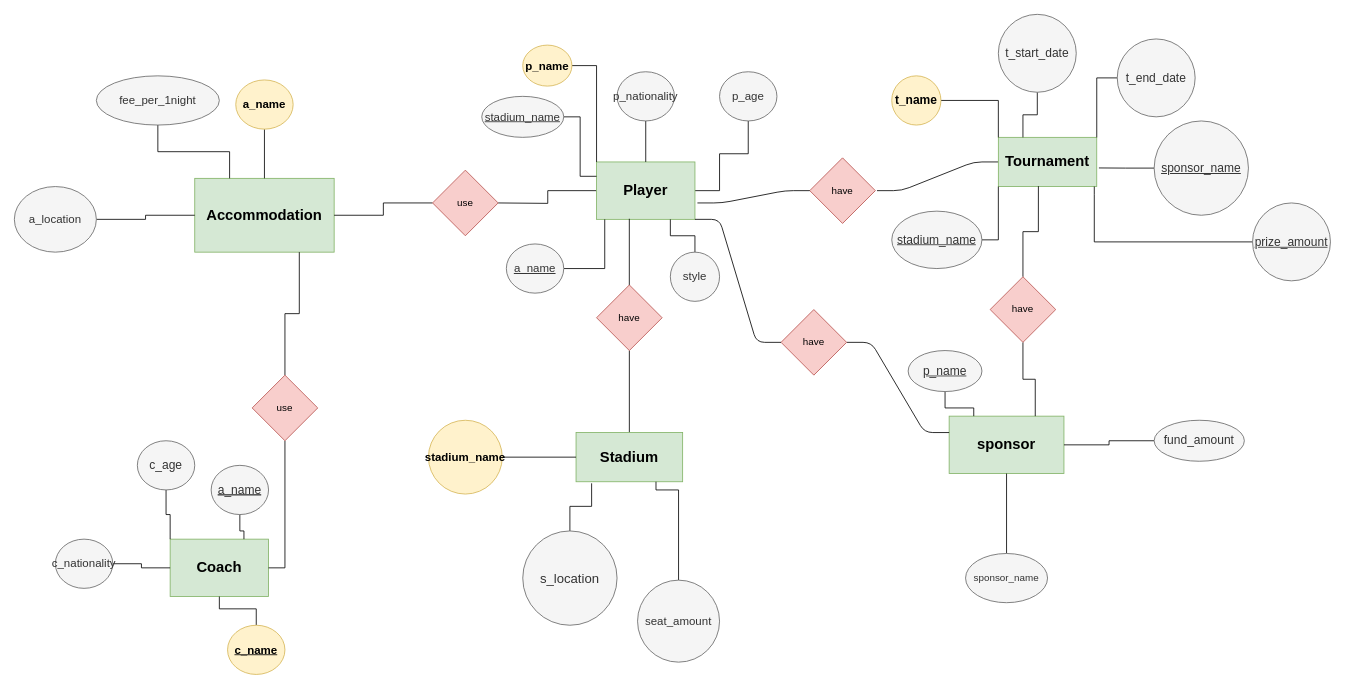
The draw.io diagram A3_individual_sport.drawio in hansangyeob/DB-mysql-, before the edit. Source tidied: cells renumbered, new cells numbered last; positions are measured from the earlier drawing's top-left corner, leaving out a move shared by most shapes. Both pictures are drawn from the tidied source at 82%, with x=0, y=0 at pixel (14, 14).
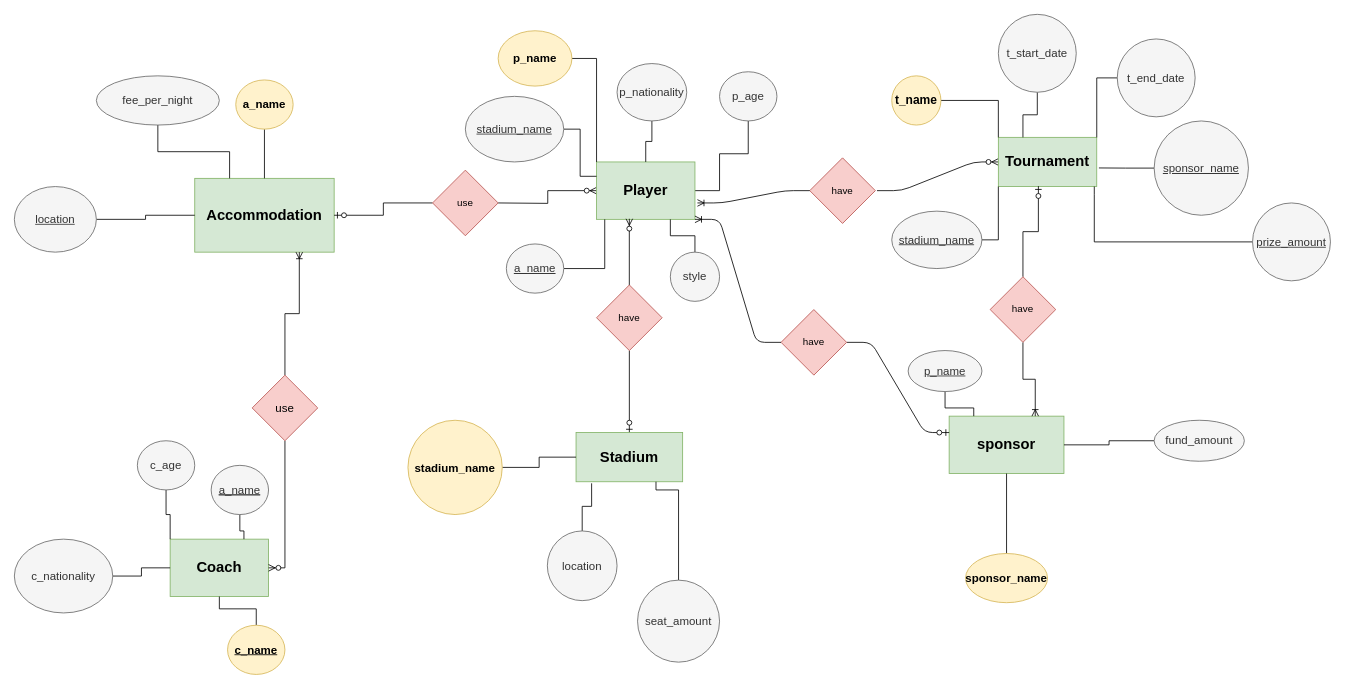
Above is the later version.

Unchanged cells that the change refers to:
```xml
<mxCell id="4" value="Player" style="rounded=0;whiteSpace=wrap;html=1;fillColor=#d5e8d4;strokeColor=#82b366;fontStyle=1;fontSize=18;" parent="1" vertex="1">
  <mxGeometry x="710" y="180" width="120" height="70" as="geometry" />
</mxCell>
<mxCell id="13" value="Tournament" style="rounded=0;whiteSpace=wrap;html=1;fillColor=#d5e8d4;strokeColor=#82b366;fontStyle=1;fontSize=18;" parent="1" vertex="1">
  <mxGeometry x="1200" y="150" width="120" height="60" as="geometry" />
</mxCell>
<mxCell id="21" value="Stadium&lt;br&gt;" style="rounded=0;whiteSpace=wrap;html=1;fillColor=#d5e8d4;strokeColor=#82b366;fontStyle=1;fontSize=18;" parent="1" vertex="1">
  <mxGeometry x="685" y="510" width="130" height="60" as="geometry" />
</mxCell>
<mxCell id="28" value="sponsor&lt;br&gt;" style="rounded=0;whiteSpace=wrap;html=1;fillColor=#d5e8d4;strokeColor=#82b366;fontStyle=1;fontSize=18;" parent="1" vertex="1">
  <mxGeometry x="1140" y="490" width="140" height="70" as="geometry" />
</mxCell>
<mxCell id="34" value="have&lt;br&gt;" style="rhombus;whiteSpace=wrap;html=1;fillColor=#f8cecc;strokeColor=#b85450;" parent="1" vertex="1">
  <mxGeometry x="935" y="360" width="80" height="80" as="geometry" />
</mxCell>
<mxCell id="36" value="have&lt;br&gt;" style="rhombus;whiteSpace=wrap;html=1;fillColor=#f8cecc;strokeColor=#b85450;" parent="1" vertex="1">
  <mxGeometry x="970" y="175" width="80" height="80" as="geometry" />
</mxCell>
<mxCell id="41" value="have" style="rhombus;whiteSpace=wrap;html=1;fillColor=#f8cecc;strokeColor=#b85450;" parent="1" vertex="1">
  <mxGeometry x="710" y="330" width="80" height="80" as="geometry" />
</mxCell>
<mxCell id="52" value="Accommodation&lt;br&gt;" style="rounded=0;whiteSpace=wrap;html=1;fillColor=#d5e8d4;strokeColor=#82b366;fontStyle=1;fontSize=18;" parent="1" vertex="1">
  <mxGeometry x="220" y="200" width="170" height="90" as="geometry" />
</mxCell>
<mxCell id="59" value="Coach" style="rounded=0;whiteSpace=wrap;html=1;fillColor=#d5e8d4;strokeColor=#82b366;fontStyle=1;fontSize=18;" parent="1" vertex="1">
  <mxGeometry x="190" y="640" width="120" height="70" as="geometry" />
</mxCell>
<mxCell id="71" value="use" style="rhombus;whiteSpace=wrap;html=1;fillColor=#f8cecc;strokeColor=#b85450;" parent="1" vertex="1">
  <mxGeometry x="510" y="190" width="80" height="80" as="geometry" />
</mxCell>
<mxCell id="74" value="have&lt;br&gt;" style="rhombus;whiteSpace=wrap;html=1;fillColor=#f8cecc;strokeColor=#b85450;" parent="1" vertex="1">
  <mxGeometry x="1190" y="320" width="80" height="80" as="geometry" />
</mxCell>
```

Change to the diagram source:
```diff
@@
-    <mxCell id="3" style="edgeStyle=orthogonalEdgeStyle;rounded=0;jettySize=auto;html=1;startArrow=none;startFill=0;endArrow=none;endFill=0;" parent="1" edge="1" source="4">
+    <mxCell id="3" style="edgeStyle=orthogonalEdgeStyle;rounded=0;jettySize=auto;html=1;startArrow=ERzeroToMany;startFill=1;endArrow=none;endFill=0;" parent="1" edge="1" source="4">
       <mxGeometry relative="1" as="geometry">
         <mxPoint x="590" y="230" as="targetPoint" />
       </mxGeometry>
     </mxCell>
@@
     <mxCell id="7" value="p_nationality&lt;br style=&quot;font-size: 14px;&quot;&gt;" style="ellipse;whiteSpace=wrap;html=1;fillColor=#f5f5f5;strokeColor=#666666;fontColor=#333333;fontSize=14;" parent="1" vertex="1">
-      <mxGeometry x="735" y="70" width="70" height="60" as="geometry" />
+      <mxGeometry x="735" y="60" width="85" height="70" as="geometry" />
     </mxCell>
@@
     <mxCell id="9" value="&lt;font style=&quot;font-size: 14px&quot;&gt;p_name&lt;/font&gt;" style="ellipse;whiteSpace=wrap;html=1;fillColor=#fff2cc;strokeColor=#d6b656;fontStyle=1;fontSize=14;" parent="1" vertex="1">
-      <mxGeometry x="620" y="37.5" width="60" height="50" as="geometry" />
+      <mxGeometry x="590" y="20" width="90" height="67.5" as="geometry" />
     </mxCell>
@@
-    <mxCell id="12" style="edgeStyle=entityRelationEdgeStyle;fontSize=12;html=1;endArrow=none;startArrow=none;endFill=0;startFill=0;" parent="1" edge="1">
+    <mxCell id="12" style="edgeStyle=entityRelationEdgeStyle;fontSize=12;html=1;endArrow=ERzeroToMany;startArrow=none;endFill=1;startFill=0;" parent="1" edge="1">
       <mxGeometry relative="1" as="geometry">
         <mxPoint x="1052" y="215" as="sourcePoint" />
         <mxPoint x="1200" y="180" as="targetPoint" />
       </mxGeometry>
     </mxCell>
@@
-    <mxCell id="17" value="&lt;u&gt;&lt;span style=&quot;font-size: 11.0pt ; line-height: 107% ; font-family: &amp;#34;맑은 고딕&amp;#34;&quot;&gt;stadium_name&lt;/span&gt;&lt;/u&gt;" style="ellipse;whiteSpace=wrap;html=1;fillColor=#f5f5f5;strokeColor=#666666;fontColor=#333333;" parent="1" vertex="1">
+    <mxCell id="17" value="&lt;u style=&quot;font-size: 14px;&quot;&gt;&lt;span style=&quot;font-size: 14px; line-height: 107%; font-family: &amp;quot;맑은 고딕&amp;quot;;&quot;&gt;stadium_name&lt;/span&gt;&lt;/u&gt;" style="ellipse;whiteSpace=wrap;html=1;fillColor=#f5f5f5;strokeColor=#666666;fontColor=#333333;fontSize=14;" parent="1" vertex="1">
       <mxGeometry x="1070" y="240" width="110" height="70" as="geometry" />
     </mxCell>
@@
-    <mxCell id="19" value="&lt;span style=&quot;font-size: 11.0pt ; line-height: 107% ; font-family: &amp;#34;맑은 고딕&amp;#34;&quot;&gt;prize_amount&lt;/span&gt;" style="ellipse;whiteSpace=wrap;html=1;fillColor=#f5f5f5;strokeColor=#666666;fontColor=#333333;fontStyle=4;" parent="1" vertex="1">
+    <mxCell id="19" value="&lt;span style=&quot;font-size: 14px; line-height: 107%; font-family: &amp;quot;맑은 고딕&amp;quot;;&quot;&gt;prize_amount&lt;/span&gt;" style="ellipse;whiteSpace=wrap;html=1;fillColor=#f5f5f5;strokeColor=#666666;fontColor=#333333;fontStyle=4;fontSize=14;" parent="1" vertex="1">
       <mxGeometry x="1510" y="230" width="95" height="95" as="geometry" />
     </mxCell>
-    <mxCell id="20" style="edgeStyle=orthogonalEdgeStyle;rounded=0;jettySize=auto;html=1;entryX=0.5;entryY=1;entryDx=0;entryDy=0;startArrow=none;startFill=0;endArrow=none;endFill=0;" parent="1" edge="1" source="21" target="41">
+    <mxCell id="20" style="edgeStyle=orthogonalEdgeStyle;rounded=0;jettySize=auto;html=1;entryX=0.5;entryY=1;entryDx=0;entryDy=0;startArrow=ERzeroToOne;startFill=1;endArrow=none;endFill=0;" parent="1" edge="1" source="21" target="41">
       <mxGeometry relative="1" as="geometry" />
     </mxCell>
@@
     <mxCell id="23" value="stadium_name&lt;br style=&quot;font-size: 14px;&quot;&gt;" style="ellipse;whiteSpace=wrap;html=1;fillColor=#fff2cc;strokeColor=#d6b656;fontStyle=1;fontSize=14;" parent="1" vertex="1">
-      <mxGeometry x="505" y="495" width="90" height="90" as="geometry" />
+      <mxGeometry x="480" y="495" width="115" height="115" as="geometry" />
     </mxCell>
@@
-    <mxCell id="25" value="&lt;font style=&quot;font-size: 16px&quot;&gt;s_location&lt;/font&gt;" style="ellipse;whiteSpace=wrap;html=1;fillColor=#f5f5f5;strokeColor=#666666;fontColor=#333333;fontStyle=0;" parent="1" vertex="1">
-      <mxGeometry x="620" y="630" width="115" height="115" as="geometry" />
+    <mxCell id="25" value="&lt;font style=&quot;font-size: 14px&quot;&gt;location&lt;/font&gt;" style="ellipse;whiteSpace=wrap;html=1;fillColor=#f5f5f5;strokeColor=#666666;fontColor=#333333;fontStyle=0;fontSize=14;" parent="1" vertex="1">
+      <mxGeometry x="650" y="630" width="85" height="85" as="geometry" />
     </mxCell>
@@
-    <mxCell id="30" value="&lt;span style=&quot;font-size: 11.0pt ; line-height: 107% ; font-family: &amp;#34;맑은 고딕&amp;#34;&quot;&gt;fund_amount&lt;/span&gt;" style="ellipse;whiteSpace=wrap;html=1;fillColor=#f5f5f5;strokeColor=#666666;fontColor=#333333;fontStyle=0;" parent="1" vertex="1">
+    <mxCell id="30" value="&lt;span style=&quot;font-size: 14px; line-height: 107%; font-family: &amp;quot;맑은 고딕&amp;quot;;&quot;&gt;fund_amount&lt;/span&gt;" style="ellipse;whiteSpace=wrap;html=1;fillColor=#f5f5f5;strokeColor=#666666;fontColor=#333333;fontStyle=0;fontSize=14;" parent="1" vertex="1">
       <mxGeometry x="1390" y="495" width="110" height="50" as="geometry" />
     </mxCell>
@@
-    <mxCell id="32" value="sponsor_name&lt;br&gt;" style="ellipse;whiteSpace=wrap;html=1;fillColor=#f5f5f5;strokeColor=#666666;fontColor=#333333;" parent="1" vertex="1">
+    <mxCell id="32" value="sponsor_name&lt;br style=&quot;font-size: 14px;&quot;&gt;" style="ellipse;whiteSpace=wrap;html=1;fillColor=#fff2cc;strokeColor=#d6b656;fontSize=14;fontStyle=1;" parent="1" vertex="1">
       <mxGeometry x="1160" y="657.5" width="100" height="60" as="geometry" />
     </mxCell>
-    <mxCell id="33" style="edgeStyle=entityRelationEdgeStyle;fontSize=12;html=1;endArrow=none;endFill=0;startArrow=none;exitX=1;exitY=0.5;exitDx=0;exitDy=0;startFill=0;" parent="1" edge="1" source="34">
+    <mxCell id="33" style="edgeStyle=entityRelationEdgeStyle;fontSize=12;html=1;endArrow=ERzeroToOne;endFill=1;startArrow=none;exitX=1;exitY=0.5;exitDx=0;exitDy=0;startFill=0;" parent="1" edge="1" source="34">
       <mxGeometry relative="1" as="geometry">
         <mxPoint x="1140" y="510" as="targetPoint" />
       </mxGeometry>
     </mxCell>
@@
-    <mxCell id="35" style="edgeStyle=entityRelationEdgeStyle;fontSize=12;html=1;endArrow=none;endFill=0;startArrow=none;exitX=1;exitY=1;exitDx=0;exitDy=0;startFill=0;" parent="1" edge="1" source="4" target="34">
+    <mxCell id="35" style="edgeStyle=entityRelationEdgeStyle;fontSize=12;html=1;endArrow=none;endFill=0;startArrow=ERoneToMany;exitX=1;exitY=1;exitDx=0;exitDy=0;startFill=0;" parent="1" edge="1" source="4" target="34">
       <mxGeometry relative="1" as="geometry" />
     </mxCell>
@@
-    <mxCell id="37" style="edgeStyle=entityRelationEdgeStyle;fontSize=12;html=1;endArrow=none;startArrow=none;startFill=0;endFill=0;" parent="1" edge="1" target="36">
+    <mxCell id="37" style="edgeStyle=entityRelationEdgeStyle;fontSize=12;html=1;endArrow=none;startArrow=ERoneToMany;startFill=0;endFill=0;" parent="1" edge="1" target="36">
       <mxGeometry relative="1" as="geometry">
         <mxPoint x="833" y="230" as="sourcePoint" />
       </mxGeometry>
     </mxCell>
@@
-    <mxCell id="39" value="&lt;u&gt;&lt;span style=&quot;font-size: 11.0pt ; line-height: 107% ; font-family: &amp;#34;맑은 고딕&amp;#34;&quot;&gt;p_name&lt;/span&gt;&lt;/u&gt;" style="ellipse;whiteSpace=wrap;html=1;fontSize=12;fillColor=#f5f5f5;strokeColor=#666666;fontColor=#333333;" parent="1" vertex="1">
+    <mxCell id="39" value="&lt;u style=&quot;font-size: 14px;&quot;&gt;&lt;span style=&quot;font-size: 14px; line-height: 107%; font-family: &amp;quot;맑은 고딕&amp;quot;;&quot;&gt;p_name&lt;/span&gt;&lt;/u&gt;" style="ellipse;whiteSpace=wrap;html=1;fontSize=14;fillColor=#f5f5f5;strokeColor=#666666;fontColor=#333333;" parent="1" vertex="1">
       <mxGeometry x="1090" y="410" width="90" height="50" as="geometry" />
     </mxCell>
-    <mxCell id="40" style="edgeStyle=orthogonalEdgeStyle;rounded=0;jettySize=auto;html=1;entryX=0.333;entryY=0.99;entryDx=0;entryDy=0;entryPerimeter=0;endArrow=none;endFill=0;" parent="1" edge="1" source="41" target="4">
+    <mxCell id="40" style="edgeStyle=orthogonalEdgeStyle;rounded=0;jettySize=auto;html=1;entryX=0.333;entryY=0.99;entryDx=0;entryDy=0;entryPerimeter=0;endArrow=ERzeroToMany;endFill=1;" parent="1" edge="1" source="41" target="4">
       <mxGeometry relative="1" as="geometry" />
     </mxCell>
@@
     <mxCell id="43" value="&lt;u style=&quot;font-size: 14px;&quot;&gt;&lt;span style=&quot;font-size: 14px; line-height: 107%; font-family: &amp;quot;맑은 고딕&amp;quot;;&quot;&gt;stadium_name&lt;/span&gt;&lt;/u&gt;" style="ellipse;whiteSpace=wrap;html=1;fillColor=#f5f5f5;strokeColor=#666666;fontColor=#333333;fontSize=14;" parent="1" vertex="1">
-      <mxGeometry x="570" y="100" width="100" height="50" as="geometry" />
+      <mxGeometry x="550" y="100" width="120" height="80" as="geometry" />
     </mxCell>
@@
-    <mxCell id="47" value="&lt;u&gt;&lt;span style=&quot;font-size: 11.0pt ; line-height: 107% ; font-family: &amp;#34;맑은 고딕&amp;#34;&quot;&gt;sponsor_name&lt;/span&gt;&lt;/u&gt;" style="ellipse;whiteSpace=wrap;html=1;fillColor=#f5f5f5;strokeColor=#666666;fontColor=#333333;fontStyle=4;" parent="1" vertex="1">
+    <mxCell id="47" value="&lt;u style=&quot;font-size: 14px;&quot;&gt;&lt;span style=&quot;font-size: 14px; line-height: 107%; font-family: &amp;quot;맑은 고딕&amp;quot;;&quot;&gt;sponsor_name&lt;/span&gt;&lt;/u&gt;" style="ellipse;whiteSpace=wrap;html=1;fillColor=#f5f5f5;strokeColor=#666666;fontColor=#333333;fontStyle=4;fontSize=14;" parent="1" vertex="1">
       <mxGeometry x="1390" y="130" width="115" height="115" as="geometry" />
     </mxCell>
@@
-    <mxCell id="49" value="&lt;span style=&quot;font-size: 11.0pt ; line-height: 107% ; font-family: &amp;quot;맑은 고딕&amp;quot;&quot;&gt;t_end_date&lt;/span&gt;" style="ellipse;whiteSpace=wrap;html=1;fillColor=#f5f5f5;strokeColor=#666666;fontColor=#333333;fontStyle=0;" parent="1" vertex="1">
+    <mxCell id="49" value="&lt;span style=&quot;font-size: 14px; line-height: 107%; font-family: &amp;quot;맑은 고딕&amp;quot;;&quot;&gt;t_end_date&lt;/span&gt;" style="ellipse;whiteSpace=wrap;html=1;fillColor=#f5f5f5;strokeColor=#666666;fontColor=#333333;fontStyle=0;fontSize=14;" parent="1" vertex="1">
       <mxGeometry x="1345" y="30" width="95" height="95" as="geometry" />
     </mxCell>
@@
-    <mxCell id="51" value="&lt;span style=&quot;font-size: 11.0pt ; line-height: 107% ; font-family: &amp;quot;맑은 고딕&amp;quot;&quot;&gt;t_start_date&lt;/span&gt;" style="ellipse;whiteSpace=wrap;html=1;fillColor=#f5f5f5;strokeColor=#666666;fontColor=#333333;fontStyle=0;" parent="1" vertex="1">
+    <mxCell id="51" value="&lt;span style=&quot;font-size: 14px; line-height: 107%; font-family: &amp;quot;맑은 고딕&amp;quot;;&quot;&gt;t_start_date&lt;/span&gt;" style="ellipse;whiteSpace=wrap;html=1;fillColor=#f5f5f5;strokeColor=#666666;fontColor=#333333;fontStyle=0;fontSize=14;" parent="1" vertex="1">
       <mxGeometry x="1200" width="95" height="95" as="geometry" />
     </mxCell>
@@
-    <mxCell id="56" value="&lt;span style=&quot;font-size: 14px;&quot;&gt;&lt;span style=&quot;font-size: 14px; line-height: 107%; font-family: &amp;quot;맑은 고딕&amp;quot;;&quot;&gt;a_location&lt;/span&gt;&lt;/span&gt;" style="ellipse;whiteSpace=wrap;html=1;fillColor=#f5f5f5;strokeColor=#666666;fontColor=#333333;fontStyle=0;fontSize=14;" parent="1" vertex="1">
+    <mxCell id="56" value="&lt;span style=&quot;font-size: 14px&quot;&gt;&lt;span style=&quot;font-size: 14px ; line-height: 107% ; font-family: &amp;#34;맑은 고딕&amp;#34;&quot;&gt;&lt;u&gt;location&lt;/u&gt;&lt;/span&gt;&lt;/span&gt;" style="ellipse;whiteSpace=wrap;html=1;fillColor=#f5f5f5;strokeColor=#666666;fontColor=#333333;fontStyle=0;fontSize=14;" parent="1" vertex="1">
       <mxGeometry y="210" width="100" height="80" as="geometry" />
     </mxCell>
@@
-    <mxCell id="58" value="&lt;span style=&quot;font-size: 14px; line-height: 107%; font-family: &amp;quot;맑은 고딕&amp;quot;;&quot;&gt;fee_per_1night&lt;/span&gt;" style="ellipse;whiteSpace=wrap;html=1;fillColor=#f5f5f5;strokeColor=#666666;fontColor=#333333;fontStyle=0;fontSize=14;" parent="1" vertex="1">
+    <mxCell id="58" value="&lt;span style=&quot;font-size: 14px ; line-height: 107% ; font-family: &amp;#34;맑은 고딕&amp;#34;&quot;&gt;fee_per_night&lt;/span&gt;" style="ellipse;whiteSpace=wrap;html=1;fillColor=#f5f5f5;strokeColor=#666666;fontColor=#333333;fontStyle=0;fontSize=14;" parent="1" vertex="1">
       <mxGeometry x="100" y="75" width="150" height="60" as="geometry" />
     </mxCell>
@@
     <mxCell id="64" value="c_nationality" style="ellipse;whiteSpace=wrap;html=1;fillColor=#f5f5f5;strokeColor=#666666;fontColor=#333333;fontStyle=0;fontSize=14;" parent="1" vertex="1">
-      <mxGeometry x="50" y="640" width="70" height="60" as="geometry" />
+      <mxGeometry y="640" width="120" height="90" as="geometry" />
     </mxCell>
@@
-    <mxCell id="66" value="&lt;u&gt;&lt;span style=&quot;font-size: 11.0pt ; line-height: 107% ; font-family: &amp;#34;맑은 고딕&amp;#34;&quot;&gt;a_name&lt;/span&gt;&lt;/u&gt;" style="ellipse;whiteSpace=wrap;html=1;fillColor=#f5f5f5;strokeColor=#666666;fontColor=#333333;fontStyle=4;" parent="1" vertex="1">
+    <mxCell id="66" value="&lt;u style=&quot;font-size: 14px;&quot;&gt;&lt;span style=&quot;font-size: 14px; line-height: 107%; font-family: &amp;quot;맑은 고딕&amp;quot;;&quot;&gt;a_name&lt;/span&gt;&lt;/u&gt;" style="ellipse;whiteSpace=wrap;html=1;fillColor=#f5f5f5;strokeColor=#666666;fontColor=#333333;fontStyle=4;fontSize=14;" parent="1" vertex="1">
       <mxGeometry x="240" y="550" width="70" height="60" as="geometry" />
     </mxCell>
-    <mxCell id="67" style="edgeStyle=orthogonalEdgeStyle;rounded=0;jettySize=auto;html=1;entryX=0.75;entryY=1;entryDx=0;entryDy=0;startArrow=none;startFill=0;endArrow=none;endFill=0;" parent="1" edge="1" source="69" target="52">
+    <mxCell id="67" style="edgeStyle=orthogonalEdgeStyle;rounded=0;jettySize=auto;html=1;entryX=0.75;entryY=1;entryDx=0;entryDy=0;startArrow=none;startFill=0;endArrow=ERoneToMany;endFill=0;" parent="1" edge="1" source="69" target="52">
       <mxGeometry relative="1" as="geometry" />
     </mxCell>
-    <mxCell id="68" style="edgeStyle=orthogonalEdgeStyle;rounded=0;jettySize=auto;html=1;startArrow=none;startFill=0;endArrow=none;endFill=0;fontSize=14;entryX=1;entryY=0.5;entryDx=0;entryDy=0;" parent="1" edge="1" source="69" target="59">
+    <mxCell id="68" style="edgeStyle=orthogonalEdgeStyle;rounded=0;jettySize=auto;html=1;startArrow=none;startFill=0;endArrow=ERzeroToMany;endFill=1;fontSize=14;entryX=1;entryY=0.5;entryDx=0;entryDy=0;" parent="1" edge="1" source="69" target="59">
       <mxGeometry relative="1" as="geometry" />
     </mxCell>
-    <mxCell id="69" value="use" style="rhombus;whiteSpace=wrap;html=1;fillColor=#f8cecc;strokeColor=#b85450;" parent="1" vertex="1">
+    <mxCell id="69" value="use" style="rhombus;whiteSpace=wrap;html=1;fillColor=#f8cecc;strokeColor=#b85450;fontSize=14;" parent="1" vertex="1">
       <mxGeometry x="290" y="440" width="80" height="80" as="geometry" />
     </mxCell>
-    <mxCell id="70" style="edgeStyle=orthogonalEdgeStyle;rounded=0;jettySize=auto;html=1;entryX=1;entryY=0.5;entryDx=0;entryDy=0;startArrow=none;startFill=0;endArrow=none;endFill=0;" parent="1" edge="1" source="71" target="52">
+    <mxCell id="70" style="edgeStyle=orthogonalEdgeStyle;rounded=0;jettySize=auto;html=1;entryX=1;entryY=0.5;entryDx=0;entryDy=0;startArrow=none;startFill=0;endArrow=ERzeroToOne;endFill=1;" parent="1" edge="1" source="71" target="52">
       <mxGeometry relative="1" as="geometry" />
     </mxCell>
@@
-    <mxCell id="72" style="edgeStyle=orthogonalEdgeStyle;rounded=0;jettySize=auto;html=1;entryX=0.75;entryY=0;entryDx=0;entryDy=0;startArrow=none;startFill=0;endArrow=none;endFill=0;fontSize=14;" parent="1" edge="1" source="74" target="28">
+    <mxCell id="72" style="edgeStyle=orthogonalEdgeStyle;rounded=0;jettySize=auto;html=1;entryX=0.75;entryY=0;entryDx=0;entryDy=0;startArrow=none;startFill=0;endArrow=ERoneToMany;endFill=0;fontSize=14;" parent="1" edge="1" source="74" target="28">
       <mxGeometry relative="1" as="geometry" />
     </mxCell>
-    <mxCell id="73" style="edgeStyle=orthogonalEdgeStyle;rounded=0;jettySize=auto;html=1;entryX=0.407;entryY=0.992;entryDx=0;entryDy=0;entryPerimeter=0;startArrow=none;startFill=0;endArrow=none;endFill=0;fontSize=14;" parent="1" edge="1" source="74" target="13">
+    <mxCell id="73" style="edgeStyle=orthogonalEdgeStyle;rounded=0;jettySize=auto;html=1;entryX=0.407;entryY=0.992;entryDx=0;entryDy=0;entryPerimeter=0;startArrow=none;startFill=0;endArrow=ERzeroToOne;endFill=1;fontSize=14;" parent="1" edge="1" source="74" target="13">
       <mxGeometry relative="1" as="geometry" />
     </mxCell>
@@
-    <mxCell id="75" value="&lt;span style=&quot;font-size: 11.0pt ; line-height: 107% ; font-family: &amp;quot;맑은 고딕&amp;quot;&quot;&gt;c_age&lt;/span&gt;" style="ellipse;whiteSpace=wrap;html=1;fillColor=#f5f5f5;strokeColor=#666666;fontColor=#333333;fontStyle=0;" parent="1" vertex="1">
+    <mxCell id="75" value="&lt;span style=&quot;font-size: 14px; line-height: 107%; font-family: &amp;quot;맑은 고딕&amp;quot;;&quot;&gt;c_age&lt;/span&gt;" style="ellipse;whiteSpace=wrap;html=1;fillColor=#f5f5f5;strokeColor=#666666;fontColor=#333333;fontStyle=0;fontSize=14;" parent="1" vertex="1">
       <mxGeometry x="150" y="520" width="70" height="60" as="geometry" />
     </mxCell>
```
